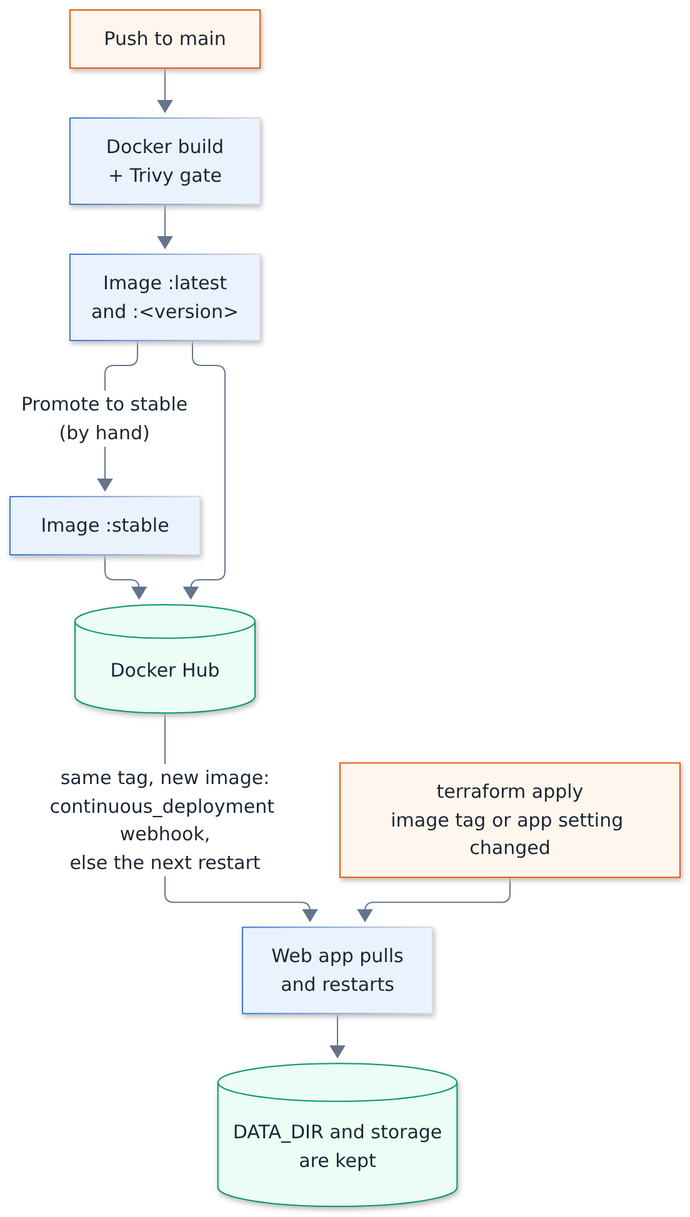
Above: docs/diagrams/lld-update.png in Gooseankles/cirrus-watch (Mermaid), before the change. Its source is kept beside it as docs/diagrams/lld-update.mmd.
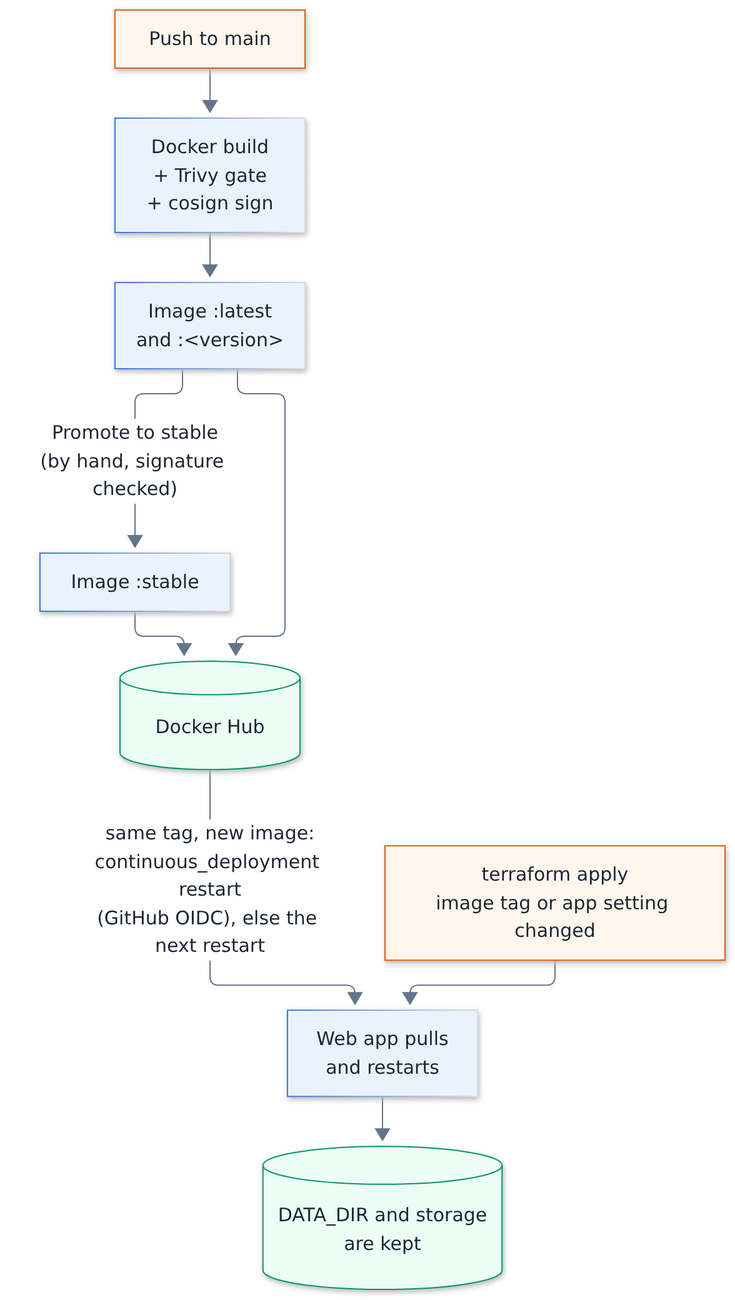
After the change.

The edit, as a diff of the source:
```diff
@@ -1,10 +1,10 @@
 flowchart TB
-  push["Push to main"] --> build["Docker build<br/>+ Trivy gate"]
+  push["Push to main"] --> build["Docker build<br/>+ Trivy gate<br/>+ cosign sign"]
   build --> latest["Image :latest<br/>and :&lt;version&gt;"]
-  latest -- "Promote to stable<br/>(by hand)" --> stable["Image :stable"]
+  latest -- "Promote to stable<br/>(by hand, signature checked)" --> stable["Image :stable"]
   latest --> hub[("Docker Hub")]
   stable --> hub
-  hub -- "same tag, new image:<br/>continuous_deployment webhook,<br/>else the next restart" --> web["Web app pulls<br/>and restarts"]
+  hub -- "same tag, new image:<br/>continuous_deployment restart<br/>(GitHub OIDC), else the next restart" --> web["Web app pulls<br/>and restarts"]
   tf["terraform apply<br/>image tag or app setting changed"] --> web
   web --> keep[("DATA_DIR and storage<br/>are kept")]
 
```
